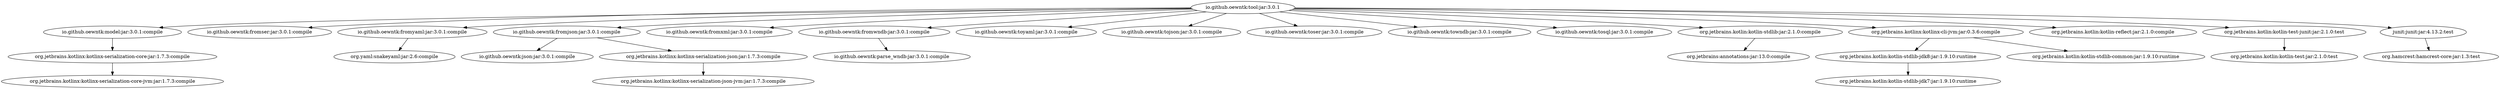
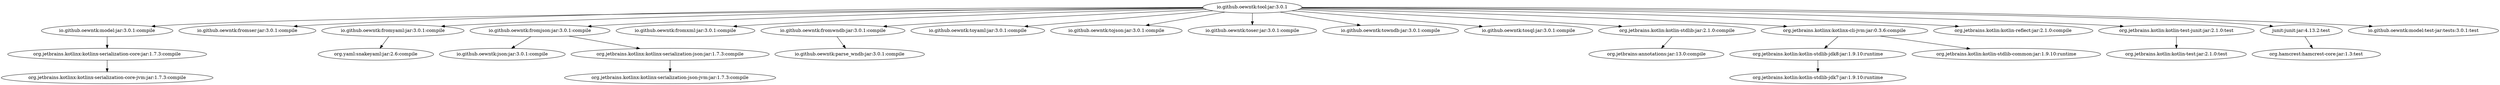
digraph "io.github.oewntk:tool:jar:3.0.1" {
	"io.github.oewntk:tool:jar:3.0.1" -> "io.github.oewntk:model:jar:3.0.1:compile" ;
	"io.github.oewntk:tool:jar:3.0.1" -> "io.github.oewntk:fromser:jar:3.0.1:compile" ;
	"io.github.oewntk:tool:jar:3.0.1" -> "io.github.oewntk:fromyaml:jar:3.0.1:compile" ;
	"io.github.oewntk:tool:jar:3.0.1" -> "io.github.oewntk:fromjson:jar:3.0.1:compile" ;
	"io.github.oewntk:tool:jar:3.0.1" -> "io.github.oewntk:fromxml:jar:3.0.1:compile" ;
	"io.github.oewntk:tool:jar:3.0.1" -> "io.github.oewntk:fromwndb:jar:3.0.1:compile" ;
	"io.github.oewntk:tool:jar:3.0.1" -> "io.github.oewntk:toyaml:jar:3.0.1:compile" ;
	"io.github.oewntk:tool:jar:3.0.1" -> "io.github.oewntk:tojson:jar:3.0.1:compile" ;
	"io.github.oewntk:tool:jar:3.0.1" -> "io.github.oewntk:toser:jar:3.0.1:compile" ;
	"io.github.oewntk:tool:jar:3.0.1" -> "io.github.oewntk:towndb:jar:3.0.1:compile" ;
	"io.github.oewntk:tool:jar:3.0.1" -> "io.github.oewntk:tosql:jar:3.0.1:compile" ;
	"io.github.oewntk:tool:jar:3.0.1" -> "org.jetbrains.kotlin:kotlin-stdlib:jar:2.1.0:compile" ;
	"io.github.oewntk:tool:jar:3.0.1" -> "org.jetbrains.kotlinx:kotlinx-cli-jvm:jar:0.3.6:compile" ;
	"io.github.oewntk:tool:jar:3.0.1" -> "org.jetbrains.kotlin:kotlin-reflect:jar:2.1.0:compile" ;
	"io.github.oewntk:tool:jar:3.0.1" -> "org.jetbrains.kotlin:kotlin-test-junit:jar:2.1.0:test" ;
	"io.github.oewntk:tool:jar:3.0.1" -> "junit:junit:jar:4.13.2:test" ;
+ 	"io.github.oewntk:tool:jar:3.0.1" -> "io.github.oewntk:model:test-jar:tests:3.0.1:test" ;
	"io.github.oewntk:model:jar:3.0.1:compile" -> "org.jetbrains.kotlinx:kotlinx-serialization-core:jar:1.7.3:compile" ;
	"org.jetbrains.kotlinx:kotlinx-serialization-core:jar:1.7.3:compile" -> "org.jetbrains.kotlinx:kotlinx-serialization-core-jvm:jar:1.7.3:compile" ;
	"io.github.oewntk:fromyaml:jar:3.0.1:compile" -> "org.yaml:snakeyaml:jar:2.6:compile" ;
	"io.github.oewntk:fromjson:jar:3.0.1:compile" -> "io.github.oewntk:json:jar:3.0.1:compile" ;
	"io.github.oewntk:fromjson:jar:3.0.1:compile" -> "org.jetbrains.kotlinx:kotlinx-serialization-json:jar:1.7.3:compile" ;
	"org.jetbrains.kotlinx:kotlinx-serialization-json:jar:1.7.3:compile" -> "org.jetbrains.kotlinx:kotlinx-serialization-json-jvm:jar:1.7.3:compile" ;
	"io.github.oewntk:fromwndb:jar:3.0.1:compile" -> "io.github.oewntk:parse_wndb:jar:3.0.1:compile" ;
	"org.jetbrains.kotlin:kotlin-stdlib:jar:2.1.0:compile" -> "org.jetbrains:annotations:jar:13.0:compile" ;
	"org.jetbrains.kotlinx:kotlinx-cli-jvm:jar:0.3.6:compile" -> "org.jetbrains.kotlin:kotlin-stdlib-jdk8:jar:1.9.10:runtime" ;
	"org.jetbrains.kotlinx:kotlinx-cli-jvm:jar:0.3.6:compile" -> "org.jetbrains.kotlin:kotlin-stdlib-common:jar:1.9.10:runtime" ;
	"org.jetbrains.kotlin:kotlin-stdlib-jdk8:jar:1.9.10:runtime" -> "org.jetbrains.kotlin:kotlin-stdlib-jdk7:jar:1.9.10:runtime" ;
	"org.jetbrains.kotlin:kotlin-test-junit:jar:2.1.0:test" -> "org.jetbrains.kotlin:kotlin-test:jar:2.1.0:test" ;
	"junit:junit:jar:4.13.2:test" -> "org.hamcrest:hamcrest-core:jar:1.3:test" ;
 }